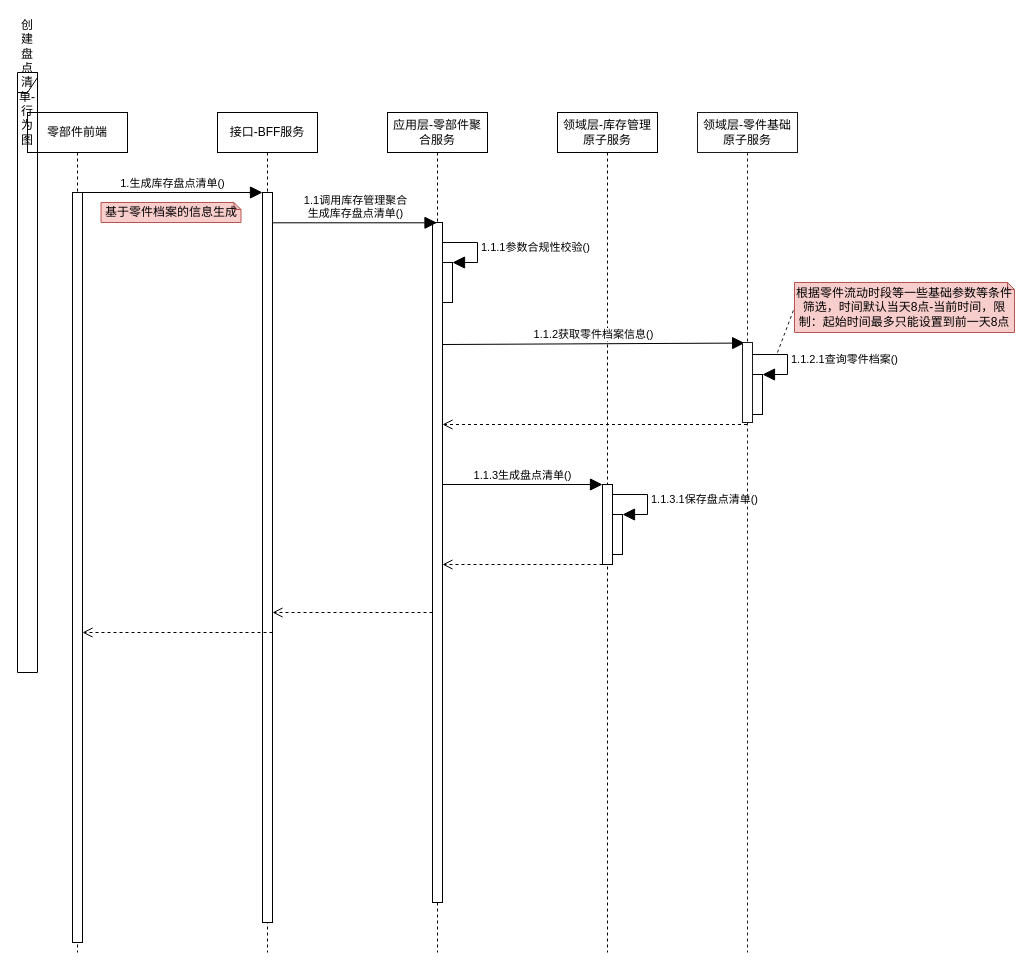
1132489442/gitRepository1 keeps this draw.io diagram as page "生成盘点清单行为图" (2 of 6) of 库存管理-库存盘点.drawio. Above is the earlier version. Source tidied: cells renumbered, new cells numbered last; positions are measured from the earlier drawing's top-left corner, leaving out a move shared by most shapes. Both pictures are drawn from the tidied source at 100%, with x=0, y=0 at pixel (17, 72).
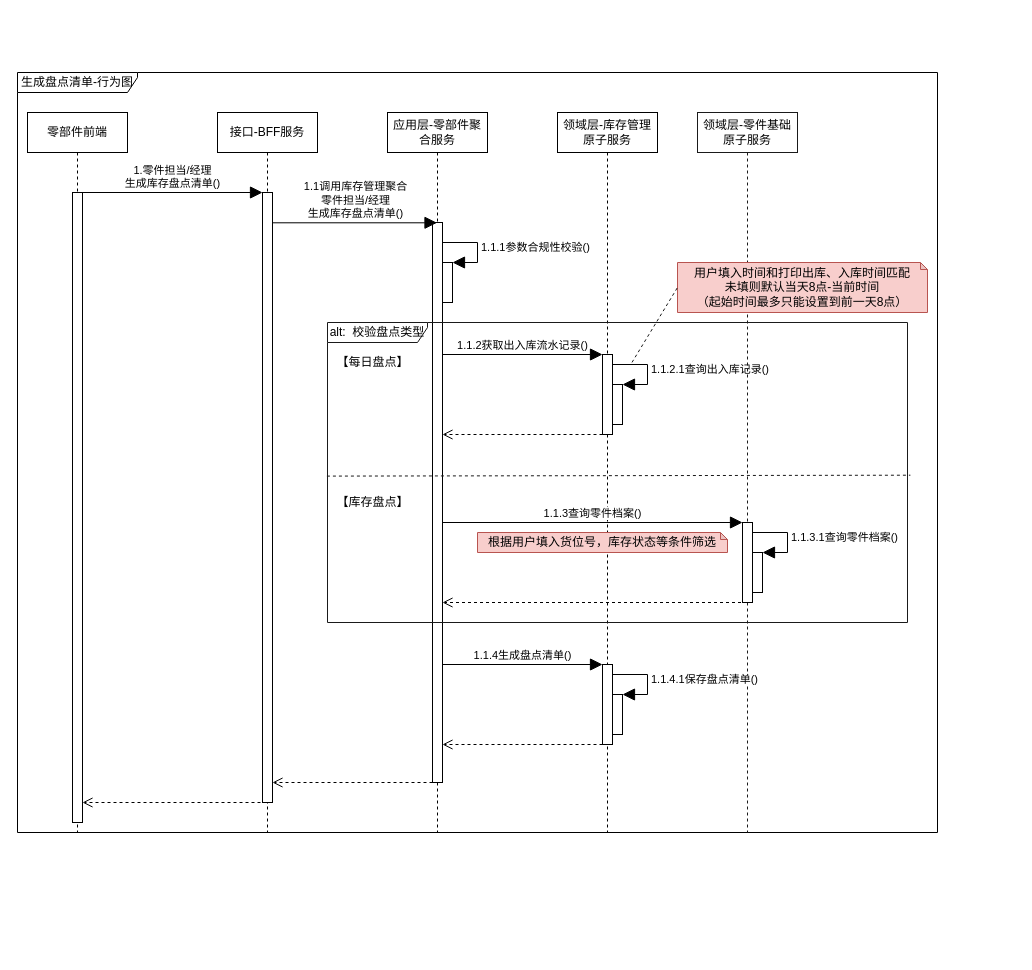
The same diagram, later.

What changed in the source:
```diff
@@
     <mxCell id="2" value="零部件前端" style="shape=umlLifeline;perimeter=lifelinePerimeter;whiteSpace=wrap;html=1;fillColor=#FFFFFF;" parent="1" vertex="1">
-      <mxGeometry x="10" y="40" width="100" height="840" as="geometry" />
+      <mxGeometry x="10" y="40" width="100" height="720" as="geometry" />
     </mxCell>
     <mxCell id="3" style="html=1;perimeter=orthogonalPerimeter;fillColor=#FFFFFF;" parent="2" vertex="1">
-      <mxGeometry x="45" y="80" width="10" height="750" as="geometry" />
+      <mxGeometry x="45" y="80" width="10" height="630" as="geometry" />
     </mxCell>
     <mxCell id="4" value="接口-BFF服务" style="shape=umlLifeline;perimeter=lifelinePerimeter;whiteSpace=wrap;html=1;fillColor=#FFFFFF;" parent="1" vertex="1">
-      <mxGeometry x="200" y="40" width="100" height="840" as="geometry" />
+      <mxGeometry x="200" y="40" width="100" height="720" as="geometry" />
     </mxCell>
     <mxCell id="5" style="html=1;perimeter=orthogonalPerimeter;fillColor=#FFFFFF;" parent="4" vertex="1">
-      <mxGeometry x="45" y="80" width="10" height="730" as="geometry" />
+      <mxGeometry x="45" y="80" width="10" height="610" as="geometry" />
     </mxCell>
     <mxCell id="6" style="html=1;verticalAlign=bottom;endArrow=open;dashed=1;endSize=8;exitX=0;exitY=0.95;rounded=0;" parent="4" edge="1">
       <mxGeometry relative="1" as="geometry">
-        <mxPoint x="55" y="520" as="sourcePoint" />
-        <mxPoint x="-135" y="520" as="targetPoint" />
+        <mxPoint x="55" y="690" as="sourcePoint" />
+        <mxPoint x="-135" y="690" as="targetPoint" />
       </mxGeometry>
     </mxCell>
     <mxCell id="7" value="领域层-库存管理原子服务" style="shape=umlLifeline;perimeter=lifelinePerimeter;whiteSpace=wrap;html=1;fillColor=#FFFFFF;" parent="1" vertex="1">
-      <mxGeometry x="540" y="40" width="100" height="840" as="geometry" />
+      <mxGeometry x="540" y="40" width="100" height="720" as="geometry" />
     </mxCell>
     <mxCell id="8" style="html=1;points=[];perimeter=orthogonalPerimeter;fillColor=#FFFFFF;" parent="7" vertex="1">
-      <mxGeometry x="45" y="372" width="10" height="80" as="geometry" />
+      <mxGeometry x="45" y="242" width="10" height="80" as="geometry" />
     </mxCell>
     <mxCell id="9" style="html=1;points=[];perimeter=orthogonalPerimeter;fillColor=#FFFFFF;" parent="7" vertex="1">
-      <mxGeometry x="55" y="402" width="10" height="40" as="geometry" />
+      <mxGeometry x="55" y="272" width="10" height="40" as="geometry" />
     </mxCell>
-    <mxCell id="10" value="1.1.3.1保存盘点清单()" style="edgeStyle=orthogonalEdgeStyle;html=1;align=left;spacingLeft=2;endArrow=block;rounded=0;entryX=1;entryY=0;endSize=10;exitX=0.987;exitY=0.125;exitDx=0;exitDy=0;exitPerimeter=0;" parent="7" edge="1" source="8" target="9">
+    <mxCell id="10" value="1.1.2.1查询出入库记录()" style="edgeStyle=orthogonalEdgeStyle;html=1;align=left;spacingLeft=2;endArrow=block;rounded=0;entryX=1;entryY=0;endSize=10;exitX=0.987;exitY=0.125;exitDx=0;exitDy=0;exitPerimeter=0;" parent="7" edge="1" source="8" target="9">
       <mxGeometry relative="1" as="geometry">
         <Array as="points">
-          <mxPoint x="90" y="382" />
-          <mxPoint x="90" y="402" />
+          <mxPoint x="90" y="252" />
+          <mxPoint x="90" y="272" />
         </Array>
       </mxGeometry>
     </mxCell>
     <mxCell id="11" value="应用层-零部件聚合服务" style="shape=umlLifeline;perimeter=lifelinePerimeter;whiteSpace=wrap;html=1;fillColor=#FFFFFF;" parent="1" vertex="1">
-      <mxGeometry x="370" y="40" width="100" height="840" as="geometry" />
+      <mxGeometry x="370" y="40" width="100" height="720" as="geometry" />
     </mxCell>
     <mxCell id="12" style="html=1;perimeter=orthogonalPerimeter;fillColor=#FFFFFF;" parent="11" vertex="1">
-      <mxGeometry x="45" y="110" width="10" height="680" as="geometry" />
+      <mxGeometry x="45" y="110" width="10" height="560" as="geometry" />
     </mxCell>
@@
-    <mxCell id="15" value="1.生成库存盘点清单()" style="html=1;verticalAlign=bottom;endArrow=block;rounded=0;endSize=10;" parent="1" edge="1">
+    <mxCell id="15" value="1.零件担当/经理&lt;br&gt;生成库存盘点清单()" style="html=1;verticalAlign=bottom;endArrow=block;rounded=0;endSize=10;" parent="1" edge="1">
       <mxGeometry relative="1" as="geometry">
         <mxPoint x="65.1" y="120" as="sourcePoint" />
         <mxPoint x="245" y="120" as="targetPoint" />
       </mxGeometry>
     </mxCell>
-    <mxCell id="16" value="1.1.3生成盘点清单()" style="html=1;verticalAlign=bottom;endArrow=block;entryX=0;entryY=0;rounded=0;endSize=10;" parent="1" edge="1" target="8">
+    <mxCell id="16" value="1.1.2获取出入库流水记录()" style="html=1;verticalAlign=bottom;endArrow=block;entryX=0;entryY=0;rounded=0;endSize=10;" parent="1" edge="1" target="8">
       <mxGeometry relative="1" as="geometry">
-        <mxPoint x="425" y="412" as="sourcePoint" />
+        <mxPoint x="425" y="282" as="sourcePoint" />
       </mxGeometry>
     </mxCell>
     <mxCell id="17" style="html=1;verticalAlign=bottom;endArrow=open;dashed=1;endSize=8;exitX=0;exitY=0.95;rounded=0;" parent="1" edge="1">
       <mxGeometry relative="1" as="geometry">
-        <mxPoint x="585" y="492" as="sourcePoint" />
-        <mxPoint x="425" y="492" as="targetPoint" />
+        <mxPoint x="585" y="362" as="sourcePoint" />
+        <mxPoint x="425" y="362" as="targetPoint" />
       </mxGeometry>
     </mxCell>
     <mxCell id="18" style="html=1;verticalAlign=bottom;endArrow=open;dashed=1;endSize=8;exitX=0;exitY=0.95;rounded=0;" parent="1" edge="1">
       <mxGeometry relative="1" as="geometry">
-        <mxPoint x="415" y="540" as="sourcePoint" />
-        <mxPoint x="255" y="540" as="targetPoint" />
+        <mxPoint x="415" y="710" as="sourcePoint" />
+        <mxPoint x="255" y="710" as="targetPoint" />
       </mxGeometry>
     </mxCell>
-    <mxCell id="19" value="创建盘点清单-行为图" style="shape=umlFrame;whiteSpace=wrap;html=1;fillColor=#FFFFFF;width=120;height=20;" parent="1" vertex="1">
-      <mxGeometry width="20" height="600" as="geometry" />
+    <mxCell id="19" value="生成盘点清单-行为图" style="shape=umlFrame;whiteSpace=wrap;html=1;fillColor=#FFFFFF;width=120;height=20;" parent="1" vertex="1">
+      <mxGeometry width="920" height="760" as="geometry" />
     </mxCell>
-    <mxCell id="20" value="基于零件档案的信息生成" style="shape=note;whiteSpace=wrap;html=1;backgroundOutline=1;darkOpacity=0.05;strokeColor=#b85450;fillColor=#f8cecc;size=7;" parent="1" vertex="1">
-      <mxGeometry x="83.5" y="130" width="140" height="20" as="geometry" />
-    </mxCell>
-    <mxCell id="21" value="1.1调用库存管理聚合&lt;br&gt;生成库存盘点清单()" style="html=1;verticalAlign=bottom;endArrow=block;rounded=0;endSize=10;exitX=1.046;exitY=0.087;exitDx=0;exitDy=0;exitPerimeter=0;" parent="1" edge="1">
+    <mxCell id="21" value="1.1调用库存管理聚合&lt;br&gt;零件担当/经理&lt;br&gt;生成库存盘点清单()" style="html=1;verticalAlign=bottom;endArrow=block;rounded=0;endSize=10;exitX=1.046;exitY=0.087;exitDx=0;exitDy=0;exitPerimeter=0;" parent="1" edge="1">
       <mxGeometry relative="1" as="geometry">
         <mxPoint x="255.5" y="150.3" as="sourcePoint" />
         <mxPoint x="419.5" y="150.3" as="targetPoint" />
       </mxGeometry>
     </mxCell>
-    <mxCell id="22" style="html=1;points=[];perimeter=orthogonalPerimeter;fillColor=#FFFFFF;" parent="1" vertex="1">
-      <mxGeometry x="735" y="302" width="10" height="40" as="geometry" />
-    </mxCell>
-    <mxCell id="23" value="1.1.2.1查询零件档案()" style="edgeStyle=orthogonalEdgeStyle;html=1;align=left;spacingLeft=2;endArrow=block;rounded=0;entryX=1;entryY=0;endSize=10;exitX=0.987;exitY=0.125;exitDx=0;exitDy=0;exitPerimeter=0;" parent="1" edge="1" target="22">
-      <mxGeometry relative="1" as="geometry">
-        <mxPoint x="734.9" y="282" as="sourcePoint" />
-        <Array as="points">
-          <mxPoint x="770" y="282" />
-          <mxPoint x="770" y="302" />
-        </Array>
-      </mxGeometry>
-    </mxCell>
-    <mxCell id="24" value="1.1.2获取零件档案信息()" style="html=1;verticalAlign=bottom;endArrow=block;entryX=0.214;entryY=0.007;rounded=0;endSize=10;entryDx=0;entryDy=0;entryPerimeter=0;" parent="1" edge="1" target="29">
-      <mxGeometry relative="1" as="geometry">
-        <mxPoint x="425" y="272" as="sourcePoint" />
-      </mxGeometry>
-    </mxCell>
-    <mxCell id="25" style="html=1;verticalAlign=bottom;endArrow=open;dashed=1;endSize=8;rounded=0;" parent="1" edge="1" source="28">
-      <mxGeometry relative="1" as="geometry">
-        <mxPoint x="425" y="352" as="targetPoint" />
-      </mxGeometry>
-    </mxCell>
-    <mxCell id="26" value="根据零件流动时段等一些基础参数等条件筛选，时间默认当天8点-当前时间，限制：起始时间最多只能设置到前一天8点" style="shape=note;whiteSpace=wrap;html=1;backgroundOutline=1;darkOpacity=0.05;strokeColor=#b85450;fillColor=#f8cecc;size=7;" parent="1" vertex="1">
-      <mxGeometry x="777" y="210" width="220" height="50" as="geometry" />
-    </mxCell>
-    <mxCell id="27" style="endArrow=none;dashed=1;html=1;rounded=0;endSize=6;targetPerimeterSpacing=-1;strokeColor=#1A1A1A;entryX=0;entryY=0.5;entryDx=0;entryDy=0;entryPerimeter=0;" parent="1" edge="1" target="26">
-      <mxGeometry relative="1" as="geometry">
-        <mxPoint x="760" y="280" as="sourcePoint" />
-      </mxGeometry>
-    </mxCell>
     <mxCell id="28" value="领域层-零件基础原子服务" style="shape=umlLifeline;perimeter=lifelinePerimeter;whiteSpace=wrap;html=1;outlineConnect=0;strokeColor=#1A1A1A;fillColor=#FFFFFF;" parent="1" vertex="1">
-      <mxGeometry x="680" y="40" width="100" height="840" as="geometry" />
+      <mxGeometry x="680" y="40" width="100" height="720" as="geometry" />
     </mxCell>
-    <mxCell id="29" style="html=1;points=[];perimeter=orthogonalPerimeter;strokeColor=#1A1A1A;fillColor=#FFFFFF;" parent="28" vertex="1">
-      <mxGeometry x="45" y="230" width="10" height="80" as="geometry" />
-    </mxCell>
+    <mxCell id="30" style="html=1;points=[];perimeter=orthogonalPerimeter;fillColor=#FFFFFF;" parent="28" vertex="1">
+      <mxGeometry x="45" y="410" width="10" height="80" as="geometry" />
+    </mxCell>
+    <mxCell id="31" style="html=1;points=[];perimeter=orthogonalPerimeter;fillColor=#FFFFFF;" parent="28" vertex="1">
+      <mxGeometry x="55" y="440" width="10" height="40" as="geometry" />
+    </mxCell>
+    <mxCell id="32" value="1.1.3.1查询零件档案()" style="edgeStyle=orthogonalEdgeStyle;html=1;align=left;spacingLeft=2;endArrow=block;rounded=0;entryX=1;entryY=0;endSize=10;exitX=0.987;exitY=0.125;exitDx=0;exitDy=0;exitPerimeter=0;" parent="28" edge="1" source="30" target="31">
+      <mxGeometry relative="1" as="geometry">
+        <Array as="points">
+          <mxPoint x="90" y="420" />
+          <mxPoint x="90" y="440" />
+        </Array>
+      </mxGeometry>
+    </mxCell>
+    <mxCell id="33" value="1.1.3查询零件档案()" style="html=1;verticalAlign=bottom;endArrow=block;entryX=0;entryY=0;rounded=0;endSize=10;" parent="1" edge="1" target="30">
+      <mxGeometry relative="1" as="geometry">
+        <mxPoint x="425" y="450" as="sourcePoint" />
+      </mxGeometry>
+    </mxCell>
+    <mxCell id="34" style="html=1;verticalAlign=bottom;endArrow=open;dashed=1;endSize=8;rounded=0;" parent="1" edge="1">
+      <mxGeometry relative="1" as="geometry">
+        <mxPoint x="729.5" y="530" as="sourcePoint" />
+        <mxPoint x="425" y="530" as="targetPoint" />
+      </mxGeometry>
+    </mxCell>
+    <mxCell id="35" style="html=1;points=[];perimeter=orthogonalPerimeter;fillColor=#FFFFFF;" parent="1" vertex="1">
+      <mxGeometry x="585" y="592" width="10" height="80" as="geometry" />
+    </mxCell>
+    <mxCell id="36" style="html=1;points=[];perimeter=orthogonalPerimeter;fillColor=#FFFFFF;" parent="1" vertex="1">
+      <mxGeometry x="595" y="622" width="10" height="40" as="geometry" />
+    </mxCell>
+    <mxCell id="37" value="1.1.4.1保存盘点清单()" style="edgeStyle=orthogonalEdgeStyle;html=1;align=left;spacingLeft=2;endArrow=block;rounded=0;entryX=1;entryY=0;endSize=10;exitX=0.987;exitY=0.125;exitDx=0;exitDy=0;exitPerimeter=0;" parent="1" edge="1" source="35" target="36">
+      <mxGeometry relative="1" as="geometry">
+        <Array as="points">
+          <mxPoint x="630" y="602" />
+          <mxPoint x="630" y="622" />
+        </Array>
+      </mxGeometry>
+    </mxCell>
+    <mxCell id="38" value="1.1.4生成盘点清单()" style="html=1;verticalAlign=bottom;endArrow=block;entryX=0;entryY=0;rounded=0;endSize=10;" parent="1" edge="1" target="35">
+      <mxGeometry relative="1" as="geometry">
+        <mxPoint x="425" y="592" as="sourcePoint" />
+      </mxGeometry>
+    </mxCell>
+    <mxCell id="39" style="html=1;verticalAlign=bottom;endArrow=open;dashed=1;endSize=8;exitX=0;exitY=0.95;rounded=0;" parent="1" edge="1">
+      <mxGeometry relative="1" as="geometry">
+        <mxPoint x="585" y="672" as="sourcePoint" />
+        <mxPoint x="425" y="672" as="targetPoint" />
+      </mxGeometry>
+    </mxCell>
+    <mxCell id="40" value="alt:&amp;nbsp; 校验盘点类型" style="shape=umlFrame;whiteSpace=wrap;html=1;strokeColor=#1A1A1A;fillColor=#FFFFFF;width=100;height=20;" parent="1" vertex="1">
+      <mxGeometry x="310" y="250" width="580" height="300" as="geometry" />
+    </mxCell>
+    <mxCell id="41" style="endArrow=none;html=1;rounded=0;endSize=6;targetPerimeterSpacing=-1;strokeColor=#1A1A1A;entryX=1.005;entryY=0.509;entryDx=0;entryDy=0;entryPerimeter=0;exitX=-0.001;exitY=0.512;exitDx=0;exitDy=0;exitPerimeter=0;dashed=1;" parent="1" edge="1" source="40" target="40">
+      <mxGeometry relative="1" as="geometry" />
+    </mxCell>
+    <mxCell id="42" value="【每日盘点】" style="text;html=1;align=center;verticalAlign=middle;strokeColor=none;fillColor=none;" parent="1" vertex="1">
+      <mxGeometry x="310" y="280" width="90" height="20" as="geometry" />
+    </mxCell>
+    <mxCell id="43" value="【库存盘点】" style="text;html=1;align=center;verticalAlign=middle;strokeColor=none;fillColor=none;" parent="1" vertex="1">
+      <mxGeometry x="310" y="420" width="90" height="20" as="geometry" />
+    </mxCell>
+    <mxCell id="44" value="用户填入时间和打印出库、入库时间匹配&lt;br&gt;未填则默认当天8点-当前时间&lt;br&gt;（起始时间最多只能设置到前一天8点）" style="shape=note;whiteSpace=wrap;html=1;backgroundOutline=1;darkOpacity=0.05;strokeColor=#b85450;fillColor=#f8cecc;size=7;" parent="1" vertex="1">
+      <mxGeometry x="660" y="190" width="250" height="50" as="geometry" />
+    </mxCell>
+    <mxCell id="45" style="endArrow=none;dashed=1;html=1;rounded=0;endSize=6;targetPerimeterSpacing=-1;strokeColor=#1A1A1A;entryX=0;entryY=0.5;entryDx=0;entryDy=0;entryPerimeter=0;exitX=0.525;exitY=0.133;exitDx=0;exitDy=0;exitPerimeter=0;" parent="1" edge="1" source="40" target="44">
+      <mxGeometry relative="1" as="geometry" />
+    </mxCell>
+    <mxCell id="46" value="根据用户填入货位号，库存状态等条件筛选" style="shape=note;whiteSpace=wrap;html=1;backgroundOutline=1;darkOpacity=0.05;strokeColor=#b85450;fillColor=#f8cecc;size=7;" parent="1" vertex="1">
+      <mxGeometry x="460" y="460" width="250" height="20" as="geometry" />
+    </mxCell>
```
